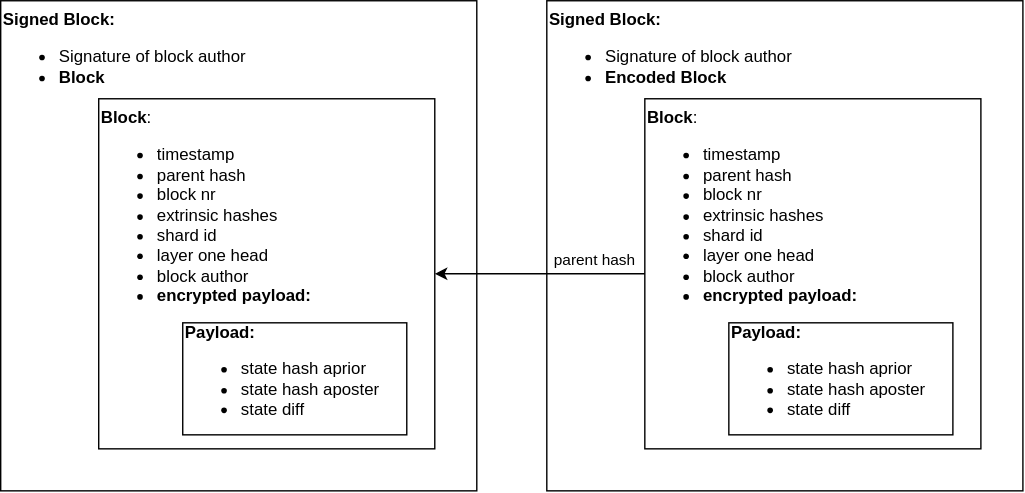
Before: BlockStructure.svg, a diagram exported from draw.io (haerdib/substraTEE_diagramms). Source tidied: cells renumbered, new cells last; positions are measured from the earlier drawing's top-left corner, leaving out a move shared by most shapes.
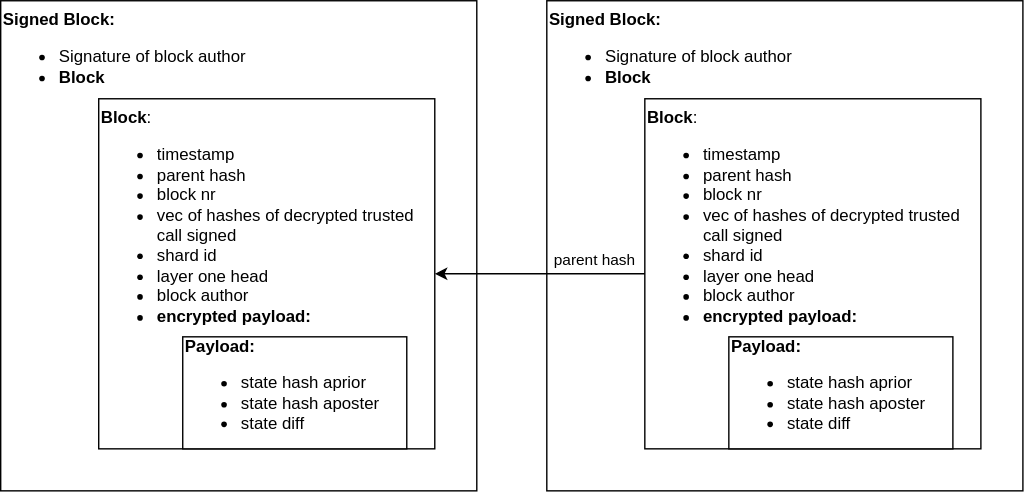
After the change.

What changed in the source:
```diff
@@ -5,20 +5,20 @@
     <mxCell id="2" value="&lt;div&gt;&lt;b&gt;Signed Block:&lt;/b&gt;&lt;/div&gt;&lt;div&gt;&lt;ul&gt;&lt;li&gt;Signature of block author&lt;br&gt;&lt;/li&gt;&lt;li&gt;&lt;b&gt;Block&lt;/b&gt;&lt;/li&gt;&lt;/ul&gt;&lt;/div&gt;" style="rounded=0;whiteSpace=wrap;html=1;align=left;verticalAlign=top;" parent="1" vertex="1">
       <mxGeometry width="340" height="350" as="geometry" />
     </mxCell>
-    <mxCell id="3" value="&lt;div align=&quot;left&quot;&gt;&lt;b&gt;Block&lt;/b&gt;:&lt;br&gt;&lt;ul&gt;&lt;li&gt;timestamp&lt;/li&gt;&lt;li&gt;parent hash&lt;/li&gt;&lt;li&gt;block nr&lt;/li&gt;&lt;li&gt;extrinsic hashes&lt;/li&gt;&lt;li&gt;shard id&lt;/li&gt;&lt;li&gt;layer one head&lt;/li&gt;&lt;li&gt;block author&lt;/li&gt;&lt;li&gt;&lt;b&gt;encrypted payload:&lt;/b&gt;&lt;/li&gt;&lt;/ul&gt;&lt;/div&gt;" style="rounded=0;whiteSpace=wrap;html=1;align=left;verticalAlign=top;" parent="1" vertex="1">
+    <mxCell id="3" value="&lt;div align=&quot;left&quot;&gt;&lt;b&gt;Block&lt;/b&gt;:&lt;br&gt;&lt;ul&gt;&lt;li&gt;timestamp&lt;/li&gt;&lt;li&gt;parent hash&lt;/li&gt;&lt;li&gt;block nr&lt;/li&gt;&lt;li&gt;vec of hashes of decrypted trusted call signed&lt;br&gt;&lt;/li&gt;&lt;li&gt;shard id&lt;/li&gt;&lt;li&gt;layer one head&lt;/li&gt;&lt;li&gt;block author&lt;/li&gt;&lt;li&gt;&lt;b&gt;encrypted payload:&lt;/b&gt;&lt;/li&gt;&lt;/ul&gt;&lt;/div&gt;" style="rounded=0;whiteSpace=wrap;html=1;align=left;verticalAlign=top;" parent="1" vertex="1">
       <mxGeometry x="70" y="70" width="240" height="250" as="geometry" />
     </mxCell>
     <mxCell id="4" value="&lt;div align=&quot;left&quot;&gt;&lt;b&gt;Payload:&lt;/b&gt;&lt;/div&gt;&lt;ul&gt;&lt;li&gt;state hash aprior&lt;/li&gt;&lt;li&gt;state hash aposter&lt;/li&gt;&lt;li&gt;state diff&lt;/li&gt;&lt;/ul&gt;" style="rounded=0;whiteSpace=wrap;html=1;align=left;" parent="1" vertex="1">
-      <mxGeometry x="130" y="230" width="160" height="80" as="geometry" />
+      <mxGeometry x="130" y="240" width="160" height="80" as="geometry" />
     </mxCell>
-    <mxCell id="5" value="&lt;div&gt;&lt;b&gt;Signed Block:&lt;/b&gt;&lt;/div&gt;&lt;div&gt;&lt;ul&gt;&lt;li&gt;Signature of block author&lt;/li&gt;&lt;li&gt;&lt;b&gt;Encoded Block&lt;/b&gt;&lt;/li&gt;&lt;/ul&gt;&lt;/div&gt;" style="rounded=0;whiteSpace=wrap;html=1;align=left;verticalAlign=top;" parent="1" vertex="1">
+    <mxCell id="5" value="&lt;div&gt;&lt;b&gt;Signed Block:&lt;/b&gt;&lt;/div&gt;&lt;div&gt;&lt;ul&gt;&lt;li&gt;Signature of block author&lt;/li&gt;&lt;li&gt;&lt;b&gt;Block&lt;/b&gt;&lt;/li&gt;&lt;/ul&gt;&lt;/div&gt;" style="rounded=0;whiteSpace=wrap;html=1;align=left;verticalAlign=top;" parent="1" vertex="1">
       <mxGeometry x="390" width="340" height="350" as="geometry" />
     </mxCell>
-    <mxCell id="6" value="&lt;div align=&quot;left&quot;&gt;&lt;b&gt;Block&lt;/b&gt;:&lt;br&gt;&lt;ul&gt;&lt;li&gt;timestamp&lt;/li&gt;&lt;li&gt;parent hash&lt;/li&gt;&lt;li&gt;block nr&lt;/li&gt;&lt;li&gt;extrinsic hashes&lt;/li&gt;&lt;li&gt;shard id&lt;/li&gt;&lt;li&gt;layer one head&lt;/li&gt;&lt;li&gt;block author&lt;/li&gt;&lt;li&gt;&lt;b&gt;encrypted payload:&lt;/b&gt;&lt;/li&gt;&lt;/ul&gt;&lt;/div&gt;" style="rounded=0;whiteSpace=wrap;html=1;align=left;verticalAlign=top;" parent="1" vertex="1">
+    <mxCell id="6" value="&lt;div align=&quot;left&quot;&gt;&lt;b&gt;Block&lt;/b&gt;:&lt;br&gt;&lt;ul&gt;&lt;li&gt;timestamp&lt;/li&gt;&lt;li&gt;parent hash&lt;/li&gt;&lt;li&gt;block nr&lt;/li&gt;&lt;li&gt;vec of hashes of decrypted trusted call signed&lt;/li&gt;&lt;li&gt;shard id&lt;/li&gt;&lt;li&gt;layer one head&lt;/li&gt;&lt;li&gt;block author&lt;/li&gt;&lt;li&gt;&lt;b&gt;encrypted payload:&lt;/b&gt;&lt;/li&gt;&lt;/ul&gt;&lt;/div&gt;" style="rounded=0;whiteSpace=wrap;html=1;align=left;verticalAlign=top;" parent="1" vertex="1">
       <mxGeometry x="460" y="70" width="240" height="250" as="geometry" />
     </mxCell>
     <mxCell id="7" value="&lt;div align=&quot;left&quot;&gt;&lt;b&gt;Payload:&lt;/b&gt;&lt;/div&gt;&lt;ul&gt;&lt;li&gt;state hash aprior&lt;/li&gt;&lt;li&gt;state hash aposter&lt;/li&gt;&lt;li&gt;state diff&lt;/li&gt;&lt;/ul&gt;" style="rounded=0;whiteSpace=wrap;html=1;align=left;" parent="1" vertex="1">
-      <mxGeometry x="520" y="230" width="160" height="80" as="geometry" />
+      <mxGeometry x="520" y="240" width="160" height="80" as="geometry" />
     </mxCell>
     <mxCell id="8" style="endArrow=classic;html=1;" parent="1" edge="1" source="6" target="3">
       <mxGeometry relative="1" as="geometry" />
```
